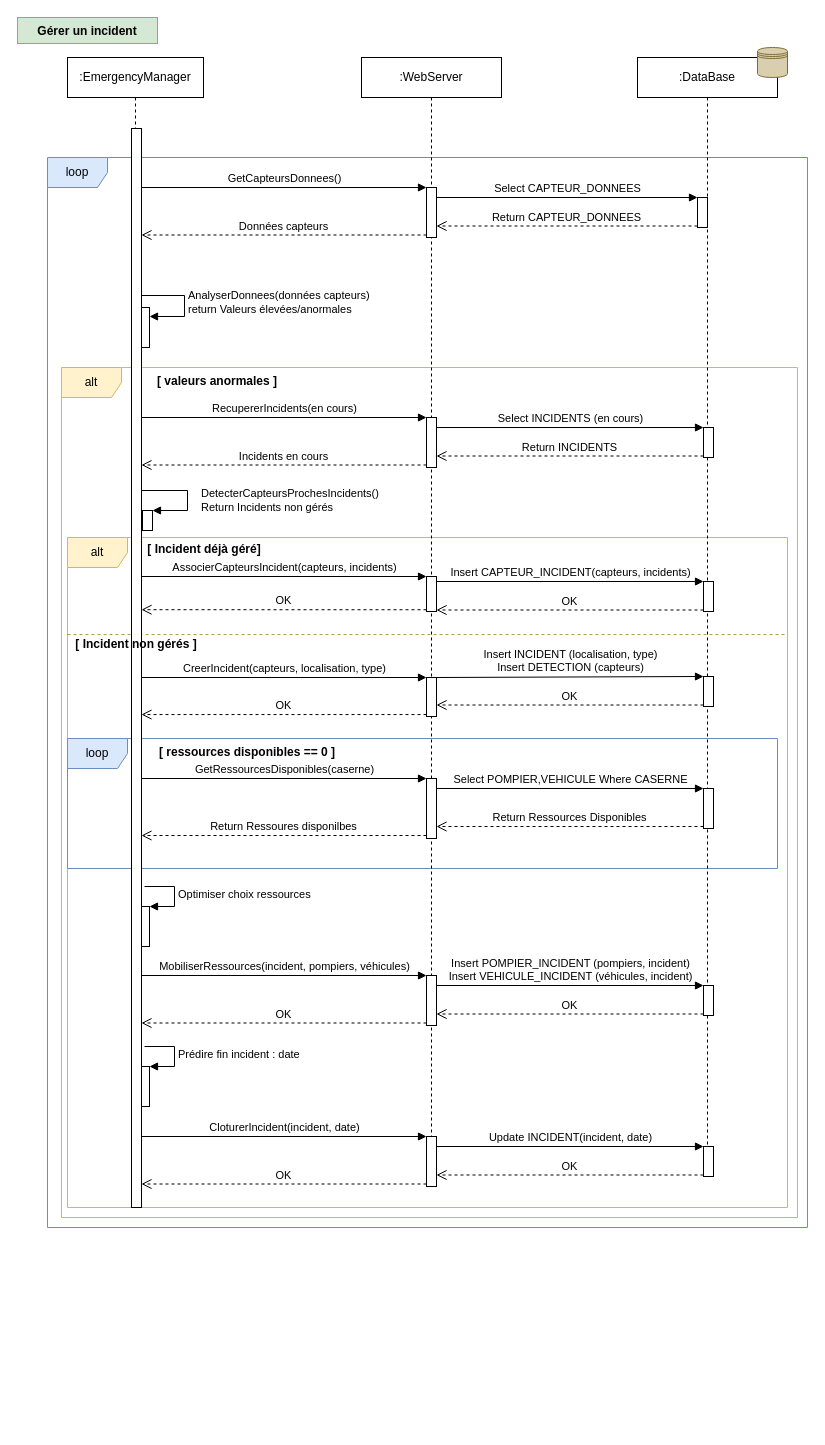
Earlier version of the draw.io diagram Conception/Diagramme séquence - Gérer incident.drawio (GOROVSKY/projet-scientifique). Source tidied: cells renumbered, new cells numbered last; positions are measured from the earlier drawing's top-left corner, leaving out a move shared by most shapes. Both pictures are drawn from the tidied source at 100%, with x=0, y=0 at pixel (17, 17).
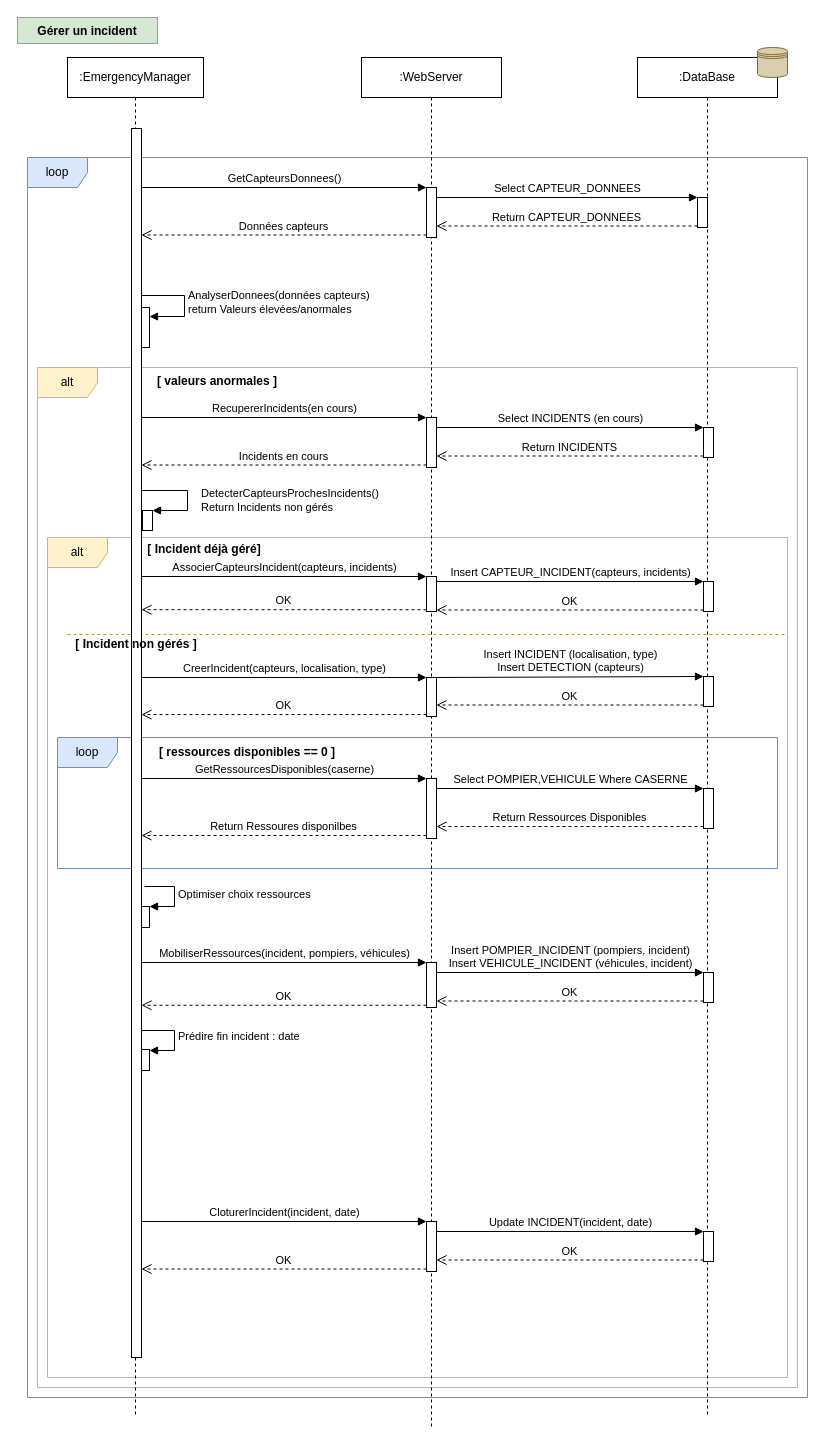
The same page after the edit.

Diff of the diagram source:
```diff
@@
-    <mxCell id="2" value="alt" style="shape=umlFrame;whiteSpace=wrap;html=1;fillColor=#fff2cc;strokeColor=#d6b656;" parent="1" vertex="1">
-      <mxGeometry x="50" y="520" width="720" height="670" as="geometry" />
-    </mxCell>
     <mxCell id="3" value="loop" style="shape=umlFrame;whiteSpace=wrap;html=1;fillColor=#dae8fc;strokeColor=#6c8ebf;" parent="1" vertex="1">
-      <mxGeometry x="30" y="140" width="760" height="1070" as="geometry" />
+      <mxGeometry x="10" y="140" width="780" height="1240" as="geometry" />
     </mxCell>
     <mxCell id="4" value="alt" style="shape=umlFrame;whiteSpace=wrap;html=1;fillColor=#fff2cc;strokeColor=#d6b656;" parent="1" vertex="1">
-      <mxGeometry x="44" y="350" width="736" height="850" as="geometry" />
+      <mxGeometry x="20" y="350" width="760" height="1020" as="geometry" />
     </mxCell>
+    <mxCell id="2" value="alt" style="shape=umlFrame;whiteSpace=wrap;html=1;fillColor=#fff2cc;strokeColor=#d6b656;" parent="1" vertex="1">
+      <mxGeometry x="30" y="520" width="740" height="840" as="geometry" />
+    </mxCell>
     <mxCell id="5" value="loop" style="shape=umlFrame;whiteSpace=wrap;html=1;strokeColor=#6c8ebf;fillColor=#dae8fc;" parent="1" vertex="1">
-      <mxGeometry x="50" y="721" width="710" height="130" as="geometry" />
+      <mxGeometry x="40" y="720" width="720" height="131" as="geometry" />
     </mxCell>
     <mxCell id="6" value=":EmergencyManager" style="shape=umlLifeline;perimeter=lifelinePerimeter;whiteSpace=wrap;html=1;" parent="1" vertex="1">
-      <mxGeometry x="50" y="40" width="136" height="1140" as="geometry" />
+      <mxGeometry x="50" y="40" width="136" height="1360" as="geometry" />
     </mxCell>
@@
     <mxCell id="8" style="html=1;points=[];perimeter=orthogonalPerimeter;" parent="6" vertex="1">
-      <mxGeometry x="72" y="849" width="10" height="40" as="geometry" />
+      <mxGeometry x="72" y="849" width="10" height="21" as="geometry" />
     </mxCell>
@@
     <mxCell id="10" style="html=1;points=[];perimeter=orthogonalPerimeter;" parent="6" vertex="1">
-      <mxGeometry x="72" y="1009" width="10" height="40" as="geometry" />
+      <mxGeometry x="72" y="992" width="10" height="21" as="geometry" />
     </mxCell>
-    <mxCell id="11" value="Prédire fin incident : date" style="edgeStyle=orthogonalEdgeStyle;html=1;align=left;spacingLeft=2;endArrow=block;rounded=0;entryX=1;entryY=0;" parent="6" edge="1" target="10">
-      <mxGeometry relative="1" as="geometry">
-        <mxPoint x="77" y="989" as="sourcePoint" />
-        <Array as="points">
-          <mxPoint x="107" y="989" />
-        </Array>
-      </mxGeometry>
-    </mxCell>
@@
     <mxCell id="14" style="html=1;points=[];perimeter=orthogonalPerimeter;" parent="1" vertex="1">
-      <mxGeometry x="114" y="111" width="10" height="1079" as="geometry" />
+      <mxGeometry x="114" y="111" width="10" height="1229" as="geometry" />
     </mxCell>
     <mxCell id="15" value=":WebServer" style="shape=umlLifeline;perimeter=lifelinePerimeter;whiteSpace=wrap;html=1;" parent="1" vertex="1">
-      <mxGeometry x="344" y="40" width="140" height="1130" as="geometry" />
+      <mxGeometry x="344" y="40" width="140" height="1370" as="geometry" />
     </mxCell>
@@
     <mxCell id="19" style="html=1;points=[];perimeter=orthogonalPerimeter;" parent="15" vertex="1">
-      <mxGeometry x="65" y="918" width="10" height="50" as="geometry" />
+      <mxGeometry x="65" y="905" width="10" height="45" as="geometry" />
     </mxCell>
     <mxCell id="20" style="html=1;points=[];perimeter=orthogonalPerimeter;" parent="15" vertex="1">
-      <mxGeometry x="65" y="1079" width="10" height="50" as="geometry" />
+      <mxGeometry x="65" y="1164" width="10" height="50" as="geometry" />
     </mxCell>
@@
     <mxCell id="23" value=":DataBase" style="shape=umlLifeline;perimeter=lifelinePerimeter;whiteSpace=wrap;html=1;" parent="1" vertex="1">
-      <mxGeometry x="620" y="40" width="140" height="1120" as="geometry" />
+      <mxGeometry x="620" y="40" width="140" height="1360" as="geometry" />
     </mxCell>
@@
     <mxCell id="27" style="html=1;points=[];perimeter=orthogonalPerimeter;" parent="23" vertex="1">
-      <mxGeometry x="66" y="928" width="10" height="30" as="geometry" />
+      <mxGeometry x="66" y="915" width="10" height="30" as="geometry" />
     </mxCell>
     <mxCell id="28" style="html=1;points=[];perimeter=orthogonalPerimeter;" parent="23" vertex="1">
-      <mxGeometry x="66" y="1089" width="10" height="30" as="geometry" />
+      <mxGeometry x="66" y="1174" width="10" height="30" as="geometry" />
     </mxCell>
@@
-    <mxCell id="48" value="MobiliserRessources(incident, pompiers, véhicules)" style="html=1;verticalAlign=bottom;endArrow=block;entryX=0;entryY=0;rounded=0;" parent="1" edge="1" source="14" target="19">
-      <mxGeometry relative="1" as="geometry" />
+    <mxCell id="48" value="MobiliserRessources(incident, pompiers, véhicules)" style="html=1;verticalAlign=bottom;endArrow=block;entryX=0;entryY=0;rounded=0;" parent="1" edge="1" target="19">
+      <mxGeometry relative="1" as="geometry">
+        <mxPoint x="124" y="945" as="sourcePoint" />
+      </mxGeometry>
     </mxCell>
@@
-    <mxCell id="52" value="CloturerIncident(incident, date)" style="html=1;verticalAlign=bottom;endArrow=block;entryX=0;entryY=0;rounded=0;" parent="1" edge="1" source="14" target="20">
-      <mxGeometry relative="1" as="geometry" />
+    <mxCell id="52" value="CloturerIncident(incident, date)" style="html=1;verticalAlign=bottom;endArrow=block;entryX=0;entryY=0;rounded=0;" parent="1" edge="1" target="20">
+      <mxGeometry relative="1" as="geometry">
+        <mxPoint x="124" y="1204" as="sourcePoint" />
+      </mxGeometry>
     </mxCell>
-    <mxCell id="53" value="OK" style="html=1;verticalAlign=bottom;endArrow=open;dashed=1;endSize=8;exitX=0;exitY=0.95;rounded=0;" parent="1" edge="1" source="20" target="14">
-      <mxGeometry relative="1" as="geometry" />
+    <mxCell id="53" value="OK" style="html=1;verticalAlign=bottom;endArrow=open;dashed=1;endSize=8;exitX=0;exitY=0.95;rounded=0;" parent="1" edge="1" source="20">
+      <mxGeometry relative="1" as="geometry">
+        <mxPoint x="124" y="1251.5" as="targetPoint" />
+      </mxGeometry>
     </mxCell>
@@
+    <mxCell id="11" value="Prédire fin incident : date" style="edgeStyle=orthogonalEdgeStyle;html=1;align=left;spacingLeft=2;endArrow=block;rounded=0;entryX=1;entryY=0;" parent="1" edge="1">
+      <mxGeometry relative="1" as="geometry">
+        <mxPoint x="124" y="1013" as="sourcePoint" />
+        <mxPoint x="132" y="1033" as="targetPoint" />
+        <Array as="points">
+          <mxPoint x="157" y="1013" />
+          <mxPoint x="157" y="1033" />
+        </Array>
+      </mxGeometry>
+    </mxCell>
```
